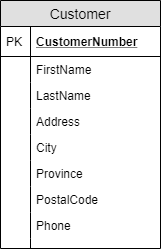
acegalarosa/DMIT-1508-Workbook keeps this draw.io diagram as Design/ERD-CustomersView.png. Above is the earlier version. Source tidied: cells renumbered, new cells last; positions are measured from the earlier drawing's top-left corner, leaving out a move shared by most shapes.
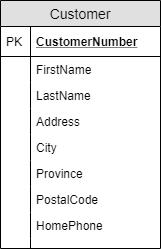
Later version of the same file.

The edit, as a diff of the source:
```diff
@@ -47,7 +47,7 @@
     <mxCell id="16" style="shape=partialRectangle;top=0;left=0;bottom=0;fillColor=none;align=left;verticalAlign=top;spacingLeft=4;spacingRight=4;overflow=hidden;fontSize=12;" parent="15" vertex="1">
       <mxGeometry width="30" height="26" as="geometry" />
     </mxCell>
-    <mxCell id="17" value="Phone" style="shape=partialRectangle;top=0;left=0;right=0;bottom=0;align=left;verticalAlign=top;fillColor=none;spacingLeft=34;spacingRight=4;overflow=hidden;fontSize=12;" parent="2" vertex="1">
+    <mxCell id="17" value="HomePhone" style="shape=partialRectangle;top=0;left=0;right=0;bottom=0;align=left;verticalAlign=top;fillColor=none;spacingLeft=34;spacingRight=4;overflow=hidden;fontSize=12;" parent="2" vertex="1">
       <mxGeometry y="212" width="160" height="26" as="geometry" />
     </mxCell>
     <mxCell id="18" style="shape=partialRectangle;top=0;left=0;bottom=0;fillColor=none;align=left;verticalAlign=top;spacingLeft=4;spacingRight=4;overflow=hidden;fontSize=12;" parent="17" vertex="1">
```
